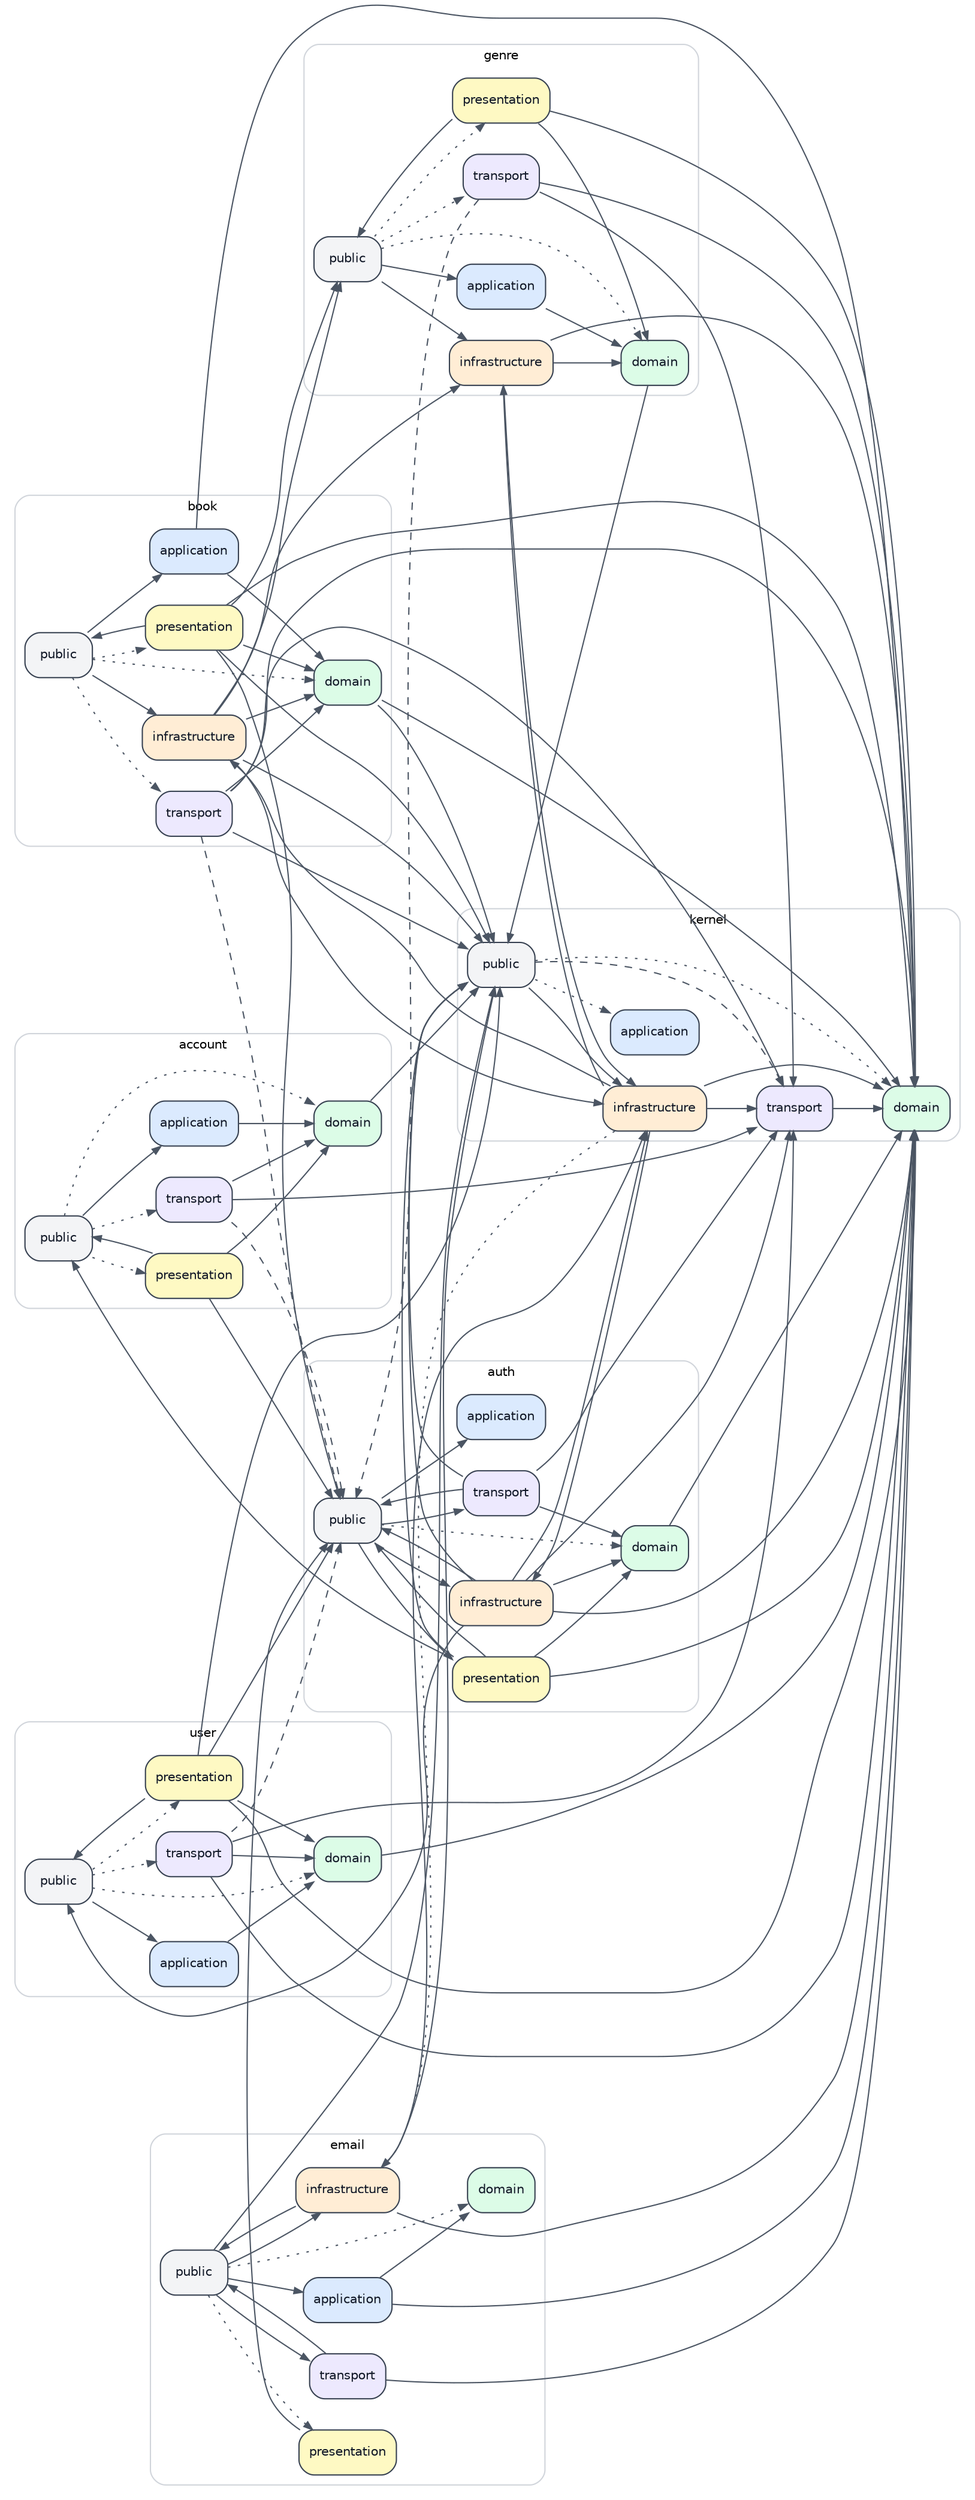
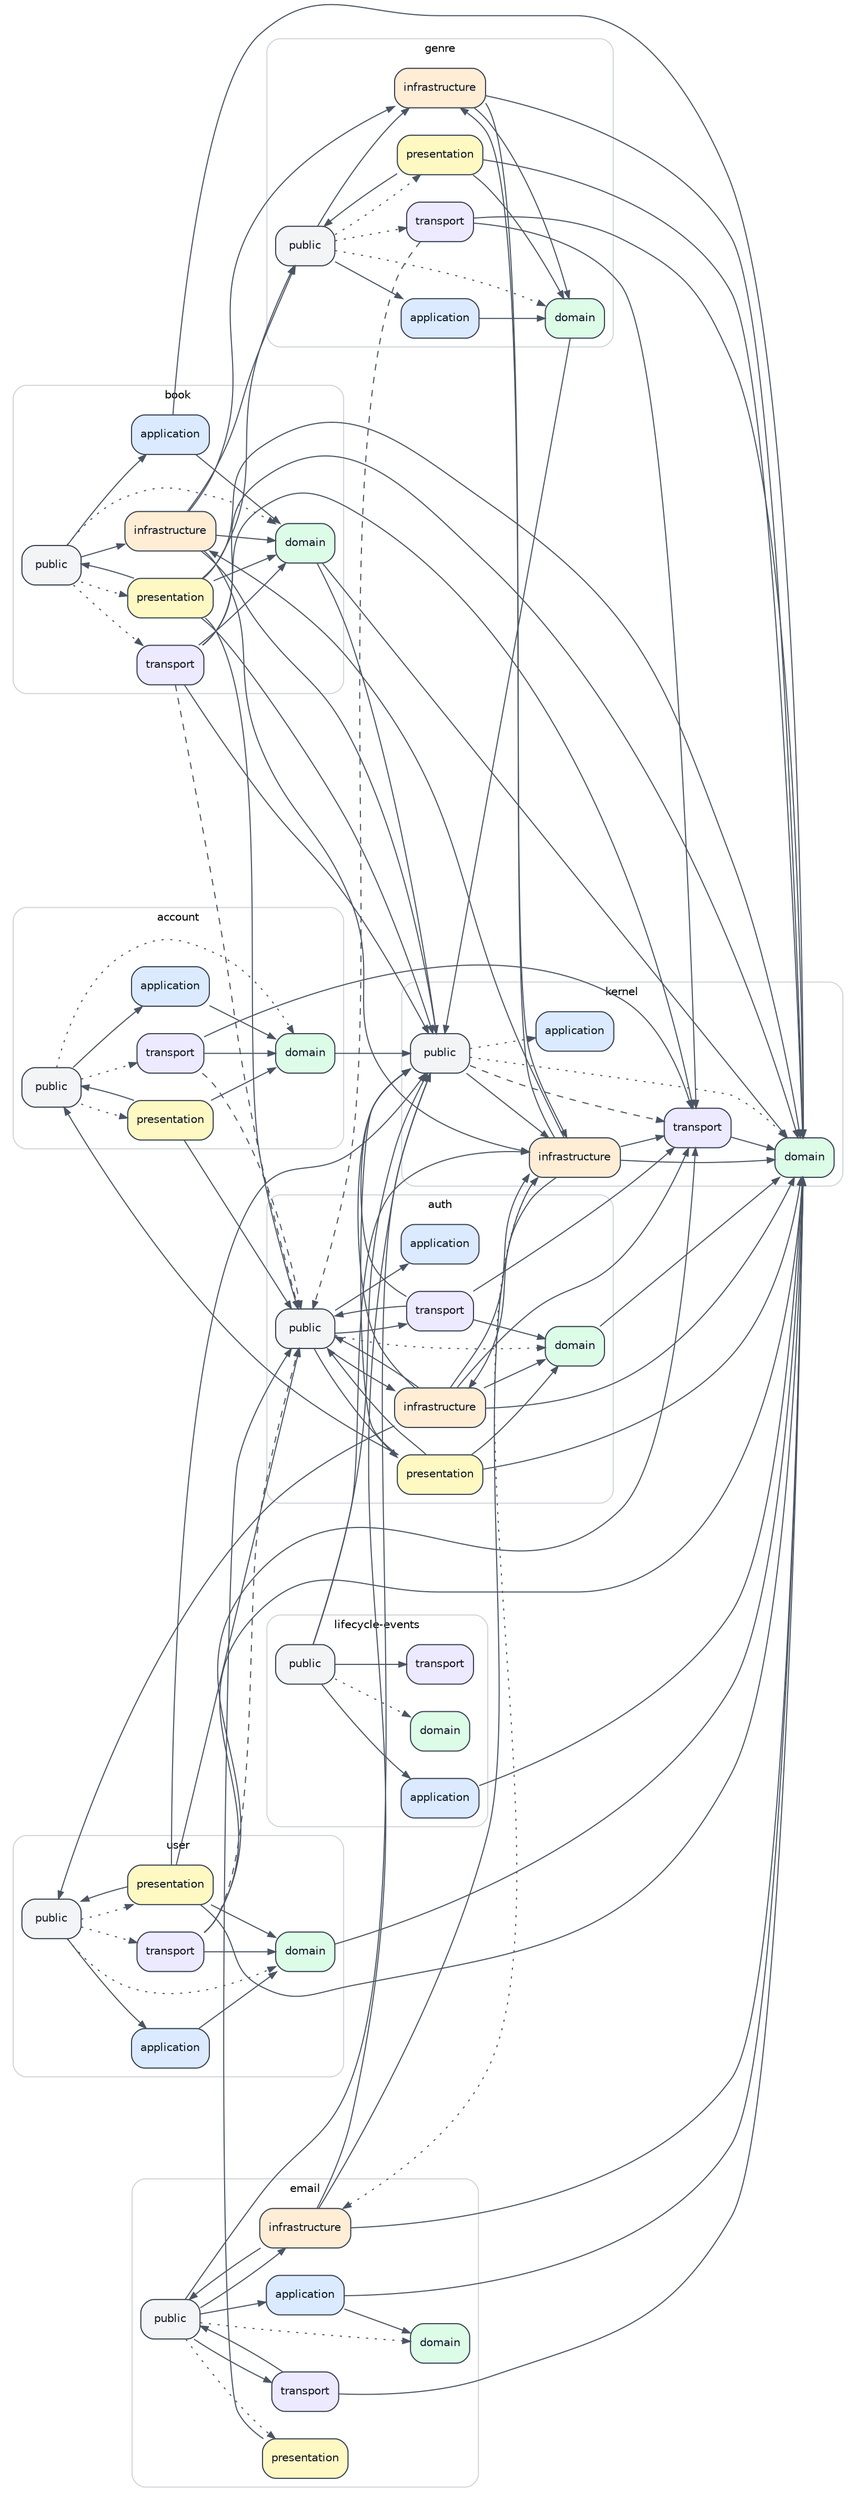
digraph ModuleLayerDependencies {
  graph [rankdir="LR", compound="true", fontname="Helvetica", fontsize="10", nodesep="0.35", ranksep="0.55"];
  node [shape="box", style="rounded,filled", fontname="Helvetica", fontsize="10", color="#374151", fontcolor="#111827"];
  edge [arrowsize="0.7", color="#4b5563", fontname="Helvetica", fontsize="9"];

  subgraph cluster_account {
    label="account";
    color="#d1d5db";
    style="rounded";
    "account/public" [label="public", fillcolor="#f3f4f6"];
    "account/application" [label="application", fillcolor="#dbeafe"];
    "account/domain" [label="domain", fillcolor="#dcfce7"];
    "account/presentation" [label="presentation", fillcolor="#fef9c3"];
    "account/transport" [label="transport", fillcolor="#ede9fe"];
  }

  subgraph cluster_auth {
    label="auth";
    color="#d1d5db";
    style="rounded";
    "auth/public" [label="public", fillcolor="#f3f4f6"];
    "auth/application" [label="application", fillcolor="#dbeafe"];
    "auth/domain" [label="domain", fillcolor="#dcfce7"];
    "auth/infrastructure" [label="infrastructure", fillcolor="#ffedd5"];
    "auth/presentation" [label="presentation", fillcolor="#fef9c3"];
    "auth/transport" [label="transport", fillcolor="#ede9fe"];
  }

  subgraph cluster_book {
    label="book";
    color="#d1d5db";
    style="rounded";
    "book/public" [label="public", fillcolor="#f3f4f6"];
    "book/application" [label="application", fillcolor="#dbeafe"];
    "book/domain" [label="domain", fillcolor="#dcfce7"];
    "book/infrastructure" [label="infrastructure", fillcolor="#ffedd5"];
    "book/presentation" [label="presentation", fillcolor="#fef9c3"];
    "book/transport" [label="transport", fillcolor="#ede9fe"];
  }

  subgraph cluster_email {
    label="email";
    color="#d1d5db";
    style="rounded";
    "email/public" [label="public", fillcolor="#f3f4f6"];
    "email/application" [label="application", fillcolor="#dbeafe"];
    "email/domain" [label="domain", fillcolor="#dcfce7"];
    "email/infrastructure" [label="infrastructure", fillcolor="#ffedd5"];
    "email/presentation" [label="presentation", fillcolor="#fef9c3"];
    "email/transport" [label="transport", fillcolor="#ede9fe"];
  }

  subgraph cluster_genre {
    label="genre";
    color="#d1d5db";
    style="rounded";
    "genre/public" [label="public", fillcolor="#f3f4f6"];
    "genre/application" [label="application", fillcolor="#dbeafe"];
    "genre/domain" [label="domain", fillcolor="#dcfce7"];
    "genre/infrastructure" [label="infrastructure", fillcolor="#ffedd5"];
    "genre/presentation" [label="presentation", fillcolor="#fef9c3"];
    "genre/transport" [label="transport", fillcolor="#ede9fe"];
  }

  subgraph cluster_kernel {
    label="kernel";
    color="#d1d5db";
    style="rounded";
    "kernel/public" [label="public", fillcolor="#f3f4f6"];
    "kernel/application" [label="application", fillcolor="#dbeafe"];
    "kernel/domain" [label="domain", fillcolor="#dcfce7"];
    "kernel/infrastructure" [label="infrastructure", fillcolor="#ffedd5"];
    "kernel/transport" [label="transport", fillcolor="#ede9fe"];
+   }
+ 
+   subgraph cluster_lifecycle_events {
+     label="lifecycle-events";
+     color="#d1d5db";
+     style="rounded";
+     "lifecycle-events/public" [label="public", fillcolor="#f3f4f6"];
+     "lifecycle-events/application" [label="application", fillcolor="#dbeafe"];
+     "lifecycle-events/domain" [label="domain", fillcolor="#dcfce7"];
+     "lifecycle-events/transport" [label="transport", fillcolor="#ede9fe"];
  }

  subgraph cluster_user {
    label="user";
    color="#d1d5db";
    style="rounded";
    "user/public" [label="public", fillcolor="#f3f4f6"];
    "user/application" [label="application", fillcolor="#dbeafe"];
    "user/domain" [label="domain", fillcolor="#dcfce7"];
    "user/presentation" [label="presentation", fillcolor="#fef9c3"];
    "user/transport" [label="transport", fillcolor="#ede9fe"];
  }

  "account/application" -> "account/domain" [style="solid"];
  "account/domain" -> "kernel/public" [style="solid"];
  "account/presentation" -> "account/domain" [style="solid"];
  "account/presentation" -> "account/public" [style="solid"];
  "account/presentation" -> "auth/public" [style="solid"];
  "account/public" -> "account/application" [style="solid"];
  "account/public" -> "account/domain" [style="dotted"];
  "account/public" -> "account/presentation" [style="dotted"];
  "account/public" -> "account/transport" [style="dotted"];
  "account/transport" -> "account/domain" [style="solid"];
  "account/transport" -> "auth/public" [style="dashed"];
  "account/transport" -> "kernel/transport" [style="solid"];
  "auth/domain" -> "kernel/domain" [style="solid"];
  "auth/infrastructure" -> "auth/domain" [style="solid"];
  "auth/infrastructure" -> "auth/public" [style="solid"];
  "auth/infrastructure" -> "kernel/domain" [style="solid"];
  "auth/infrastructure" -> "kernel/infrastructure" [style="solid"];
  "auth/infrastructure" -> "kernel/public" [style="solid"];
  "auth/infrastructure" -> "kernel/transport" [style="solid"];
  "auth/infrastructure" -> "user/public" [style="solid"];
  "auth/presentation" -> "account/public" [style="solid"];
  "auth/presentation" -> "auth/domain" [style="solid"];
  "auth/presentation" -> "auth/public" [style="solid"];
  "auth/presentation" -> "kernel/domain" [style="solid"];
  "auth/presentation" -> "kernel/public" [style="solid"];
  "auth/public" -> "auth/application" [style="solid"];
  "auth/public" -> "auth/domain" [style="dotted"];
  "auth/public" -> "auth/infrastructure" [style="solid"];
  "auth/public" -> "auth/presentation" [style="solid"];
  "auth/public" -> "auth/transport" [style="solid"];
  "auth/transport" -> "auth/domain" [style="solid"];
  "auth/transport" -> "auth/public" [style="solid"];
  "auth/transport" -> "kernel/public" [style="solid"];
  "auth/transport" -> "kernel/transport" [style="solid"];
  "book/application" -> "book/domain" [style="solid"];
  "book/application" -> "kernel/domain" [style="solid"];
  "book/domain" -> "kernel/domain" [style="solid"];
  "book/domain" -> "kernel/public" [style="solid"];
  "book/infrastructure" -> "book/domain" [style="solid"];
  "book/infrastructure" -> "genre/infrastructure" [style="solid"];
  "book/infrastructure" -> "genre/public" [style="solid"];
  "book/infrastructure" -> "kernel/infrastructure" [style="solid"];
  "book/infrastructure" -> "kernel/public" [style="solid"];
  "book/presentation" -> "auth/public" [style="solid"];
  "book/presentation" -> "book/domain" [style="solid"];
  "book/presentation" -> "book/public" [style="solid"];
  "book/presentation" -> "genre/public" [style="solid"];
  "book/presentation" -> "kernel/domain" [style="solid"];
  "book/presentation" -> "kernel/public" [style="solid"];
  "book/public" -> "book/application" [style="solid"];
  "book/public" -> "book/domain" [style="dotted"];
  "book/public" -> "book/infrastructure" [style="solid"];
  "book/public" -> "book/presentation" [style="dotted"];
  "book/public" -> "book/transport" [style="dotted"];
  "book/transport" -> "auth/public" [style="dashed"];
  "book/transport" -> "book/domain" [style="solid"];
  "book/transport" -> "kernel/domain" [style="solid"];
  "book/transport" -> "kernel/public" [style="solid"];
  "book/transport" -> "kernel/transport" [style="solid"];
  "email/application" -> "email/domain" [style="solid"];
  "email/application" -> "kernel/domain" [style="solid"];
  "email/infrastructure" -> "email/public" [style="solid"];
  "email/infrastructure" -> "kernel/domain" [style="solid"];
  "email/infrastructure" -> "kernel/infrastructure" [style="solid"];
  "email/infrastructure" -> "kernel/public" [style="solid"];
  "email/presentation" -> "auth/public" [style="solid"];
  "email/public" -> "email/application" [style="solid"];
  "email/public" -> "email/domain" [style="dotted"];
  "email/public" -> "email/infrastructure" [style="solid"];
  "email/public" -> "email/presentation" [style="dotted"];
  "email/public" -> "email/transport" [style="solid"];
  "email/public" -> "kernel/public" [style="solid"];
  "email/transport" -> "email/public" [style="solid"];
  "email/transport" -> "kernel/domain" [style="solid"];
  "genre/application" -> "genre/domain" [style="solid"];
  "genre/domain" -> "kernel/public" [style="solid"];
  "genre/infrastructure" -> "genre/domain" [style="solid"];
  "genre/infrastructure" -> "kernel/domain" [style="solid"];
  "genre/infrastructure" -> "kernel/infrastructure" [style="solid"];
  "genre/presentation" -> "genre/domain" [style="solid"];
  "genre/presentation" -> "genre/public" [style="solid"];
  "genre/presentation" -> "kernel/domain" [style="solid"];
  "genre/public" -> "genre/application" [style="solid"];
  "genre/public" -> "genre/domain" [style="dotted"];
  "genre/public" -> "genre/infrastructure" [style="solid"];
  "genre/public" -> "genre/presentation" [style="dotted"];
  "genre/public" -> "genre/transport" [style="dotted"];
  "genre/transport" -> "auth/public" [style="dashed"];
  "genre/transport" -> "kernel/domain" [style="solid"];
  "genre/transport" -> "kernel/transport" [style="solid"];
  "kernel/infrastructure" -> "auth/infrastructure" [style="solid"];
  "kernel/infrastructure" -> "book/infrastructure" [style="solid"];
  "kernel/infrastructure" -> "email/infrastructure" [style="dotted"];
  "kernel/infrastructure" -> "genre/infrastructure" [style="solid"];
  "kernel/infrastructure" -> "kernel/domain" [style="solid"];
  "kernel/infrastructure" -> "kernel/transport" [style="solid"];
  "kernel/public" -> "kernel/application" [style="dotted"];
  "kernel/public" -> "kernel/domain" [style="dotted"];
  "kernel/public" -> "kernel/infrastructure" [style="solid"];
  "kernel/public" -> "kernel/transport" [style="dashed"];
  "kernel/transport" -> "kernel/domain" [style="solid"];
+   "lifecycle-events/application" -> "kernel/domain" [style="solid"];
+   "lifecycle-events/public" -> "kernel/infrastructure" [style="solid"];
+   "lifecycle-events/public" -> "kernel/public" [style="solid"];
+   "lifecycle-events/public" -> "lifecycle-events/application" [style="solid"];
+   "lifecycle-events/public" -> "lifecycle-events/domain" [style="dotted"];
+   "lifecycle-events/public" -> "lifecycle-events/transport" [style="solid"];
  "user/application" -> "user/domain" [style="solid"];
  "user/domain" -> "kernel/domain" [style="solid"];
  "user/presentation" -> "auth/public" [style="solid"];
  "user/presentation" -> "kernel/domain" [style="solid"];
  "user/presentation" -> "kernel/public" [style="solid"];
  "user/presentation" -> "user/domain" [style="solid"];
  "user/presentation" -> "user/public" [style="solid"];
  "user/public" -> "user/application" [style="solid"];
  "user/public" -> "user/domain" [style="dotted"];
  "user/public" -> "user/presentation" [style="dotted"];
  "user/public" -> "user/transport" [style="dotted"];
  "user/transport" -> "auth/public" [style="dashed"];
  "user/transport" -> "kernel/domain" [style="solid"];
  "user/transport" -> "kernel/transport" [style="solid"];
  "user/transport" -> "user/domain" [style="solid"];
}
